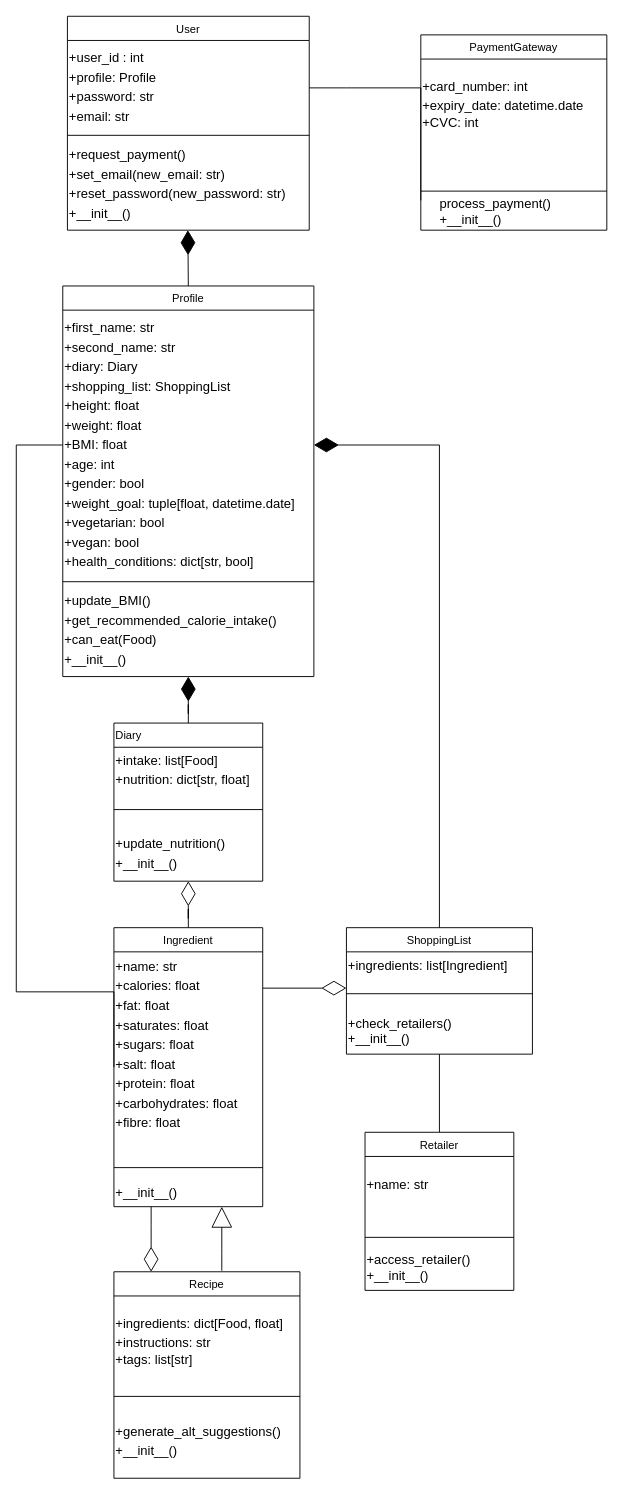
Before: class-diagram.drawio in BartyBoi1128/macrit, a draw.io diagram. Source tidied: cells renumbered, new cells numbered last; positions are measured from the earlier drawing's top-left corner, leaving out a move shared by most shapes. Both pictures are drawn from the tidied source at 93%, with x=0, y=0 at pixel (16, 16).
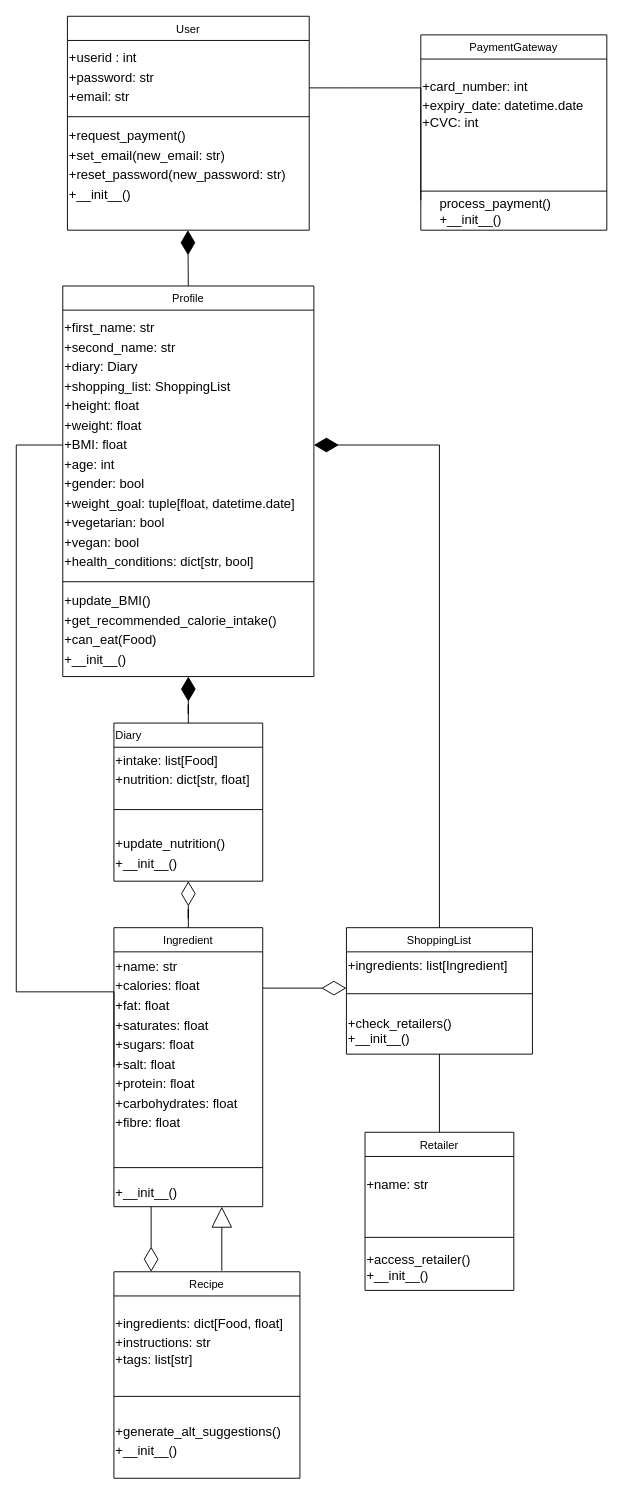
The same page after the edit.

Unchanged cells that the change refers to:
```xml
<mxCell id="2" value="User" style="swimlane;fontStyle=0;align=center;verticalAlign=top;horizontal=1;startSize=26;rounded=0;shadow=0;strokeWidth=1;" parent="1" vertex="1">
  <mxGeometry x="55" width="260" height="230" as="geometry" />
</mxCell>
```

Change to the diagram source:
```diff
@@
-    <mxCell id="3" value="&lt;font style=&quot;font-size: 14px; line-height: 1.5;&quot;&gt;+user_id : int&lt;br&gt;+profile: Profile&lt;br&gt;+password: str&lt;br&gt;+email: str&lt;br&gt;&lt;/font&gt;" style="text;html=1;align=left;verticalAlign=middle;points=[];strokeColor=none;fillColor=none;fontSize=12;" parent="2" vertex="1">
-      <mxGeometry y="26" width="260" height="100" as="geometry" />
+    <mxCell id="3" value="&lt;font style=&quot;font-size: 14px; line-height: 1.5;&quot;&gt;+userid : int&lt;br&gt;+password: str&lt;br&gt;+email: str&lt;br&gt;&lt;/font&gt;" style="text;html=1;align=left;verticalAlign=middle;points=[];strokeColor=none;fillColor=none;fontSize=12;" parent="2" vertex="1">
+      <mxGeometry y="26" width="260" height="80" as="geometry" />
     </mxCell>
     <mxCell id="4" style="line;html=1;strokeWidth=1;align=left;verticalAlign=middle;spacingTop=-1;spacingLeft=3;spacingRight=3;labelPosition=right;" parent="2" vertex="1">
-      <mxGeometry y="126" width="260" height="4" as="geometry" />
+      <mxGeometry y="106" width="260" height="4" as="geometry" />
     </mxCell>
     <mxCell id="5" value="&lt;span style=&quot;font-size: 14px; line-height: 1.5;&quot;&gt;+request_payment()&lt;br&gt;+set_email(new_email: str)&lt;br&gt;+reset_password(new_password: str)&lt;br&gt;+__init__()&lt;br&gt;&lt;/span&gt;" style="text;html=1;align=left;verticalAlign=middle;strokeColor=none;fillColor=none;" parent="2" vertex="1">
-      <mxGeometry y="130" width="260" height="100" as="geometry" />
+      <mxGeometry y="110" width="260" height="100" as="geometry" />
     </mxCell>
```
